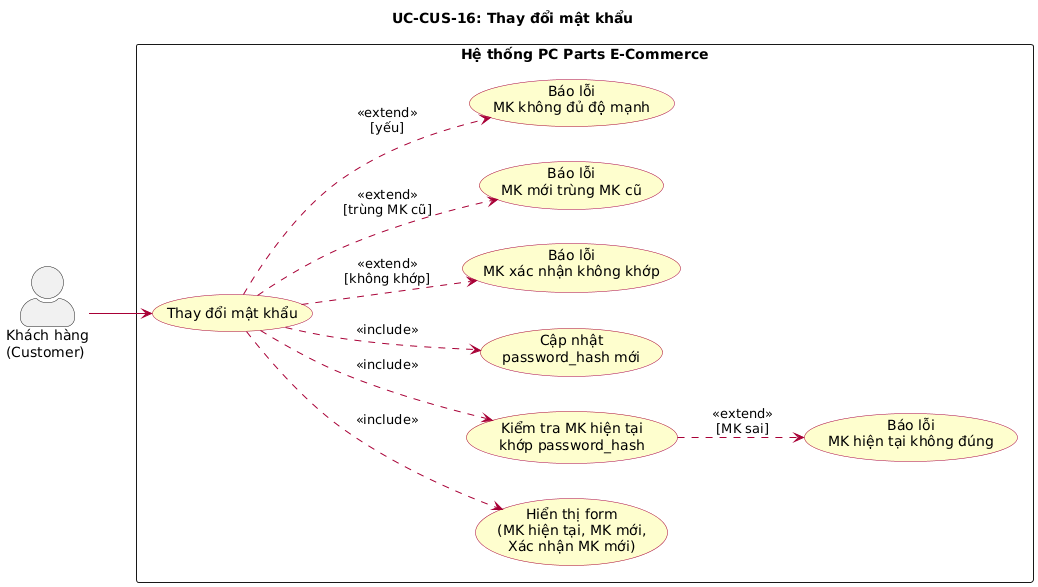
Above: docs/diagrams/images/uc_CUS16_thay_doi_mat_khau.png in huuhieu56/PC-Parts-ECommerce (PlantUML), before the change.
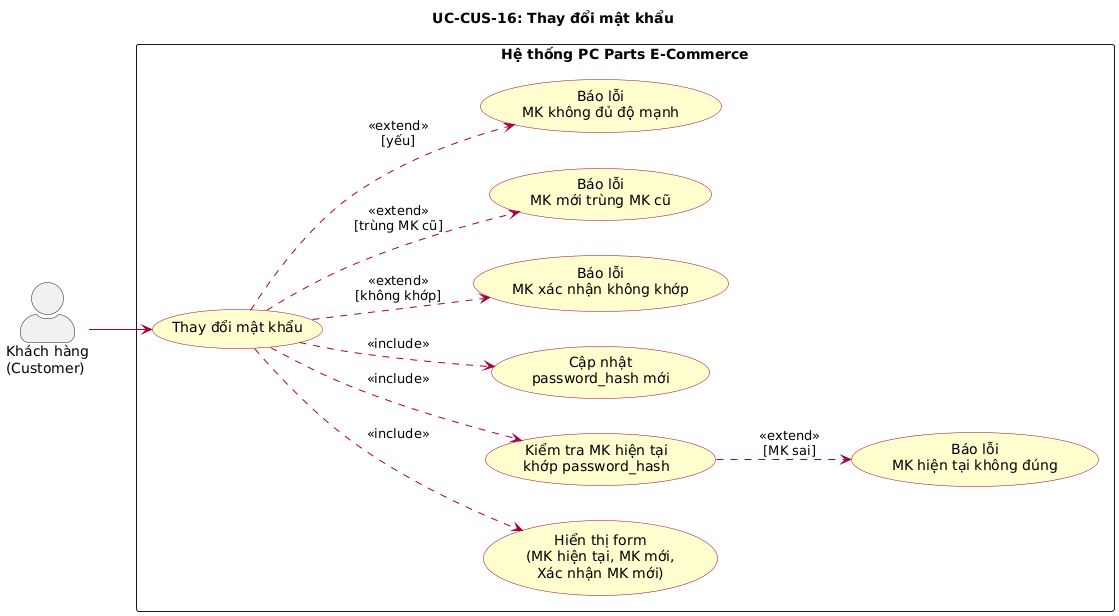
After the commit.

Diff of the diagram source:
```diff
@@ -1,4 +1,4 @@
-@startuml
+@startuml uc_CUS16_thay_doi_mat_khau
 left to right direction
 skinparam actorStyle awesome
 skinparam packageStyle rectangle
@@ -35,4 +35,5 @@
 UC_CHANGE_PW ..> UC_ERR_MATCH : <<extend>>\n[không khớp]
 UC_CHANGE_PW ..> UC_ERR_SAME : <<extend>>\n[trùng MK cũ]
 UC_CHANGE_PW ..> UC_ERR_WEAK : <<extend>>\n[yếu]
+
 @enduml
```
